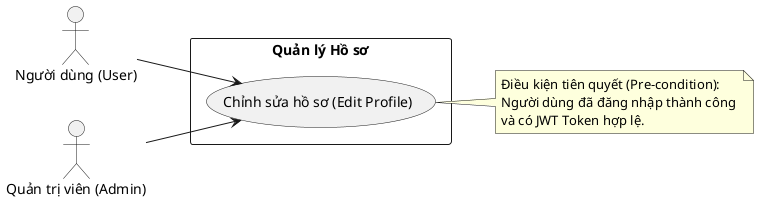
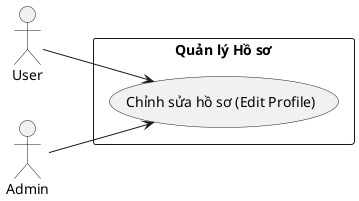
@startuml
left to right direction
skinparam packageStyle rectangle

- actor "Người dùng (User)" as User
- actor "Quản trị viên (Admin)" as Admin
+ actor "User" as User
+ actor "Admin" as Admin

package "Quản lý Hồ sơ" {
  usecase "Chỉnh sửa hồ sơ (Edit Profile)" as UC_Edit
}

User --> UC_Edit
Admin --> UC_Edit

- note "Điều kiện tiên quyết (Pre-condition):\nNgười dùng đã đăng nhập thành công \nvà có JWT Token hợp lệ." as N1
- UC_Edit .. N1
+ 

@enduml